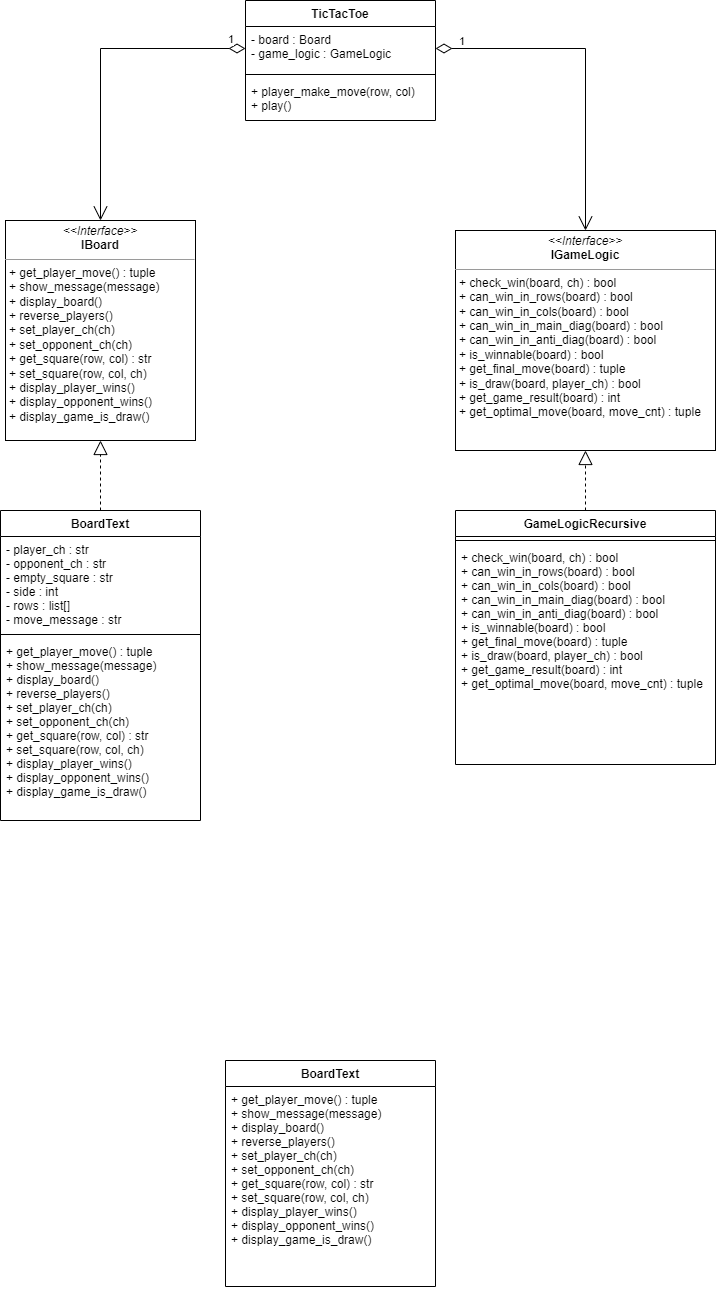
The draw.io diagram Doc/TicTacToe_Class_Diagram.png in dimitarnn/PythonTicTacToe, before a commit. Source tidied: cells renumbered, new cells last; positions are measured from the earlier drawing's top-left corner, leaving out a move shared by most shapes.
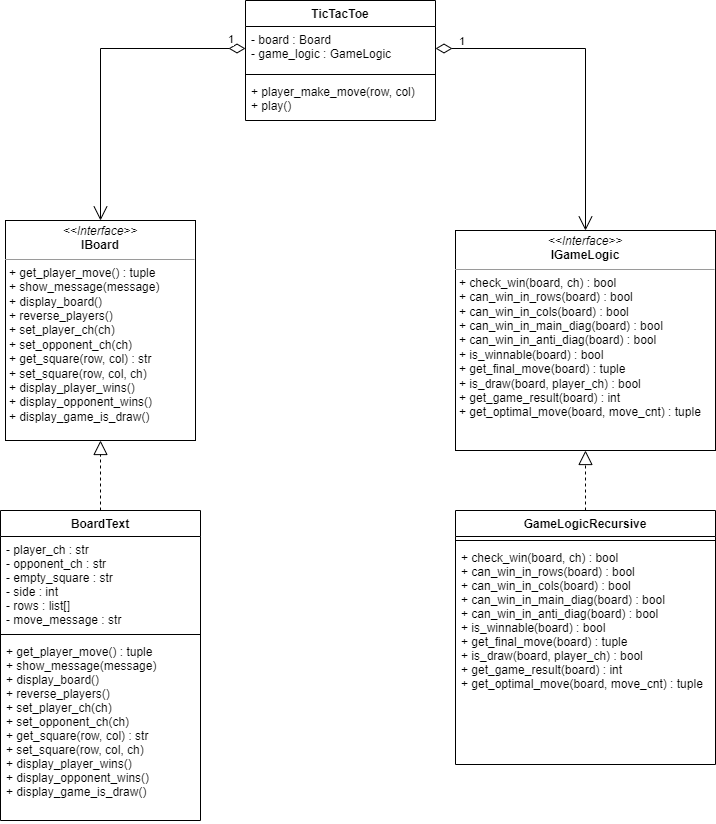
After the commit.

Diff of the diagram source:
```diff
@@ -2,12 +2,6 @@
   <root>
     <mxCell id="0" />
     <mxCell id="1" parent="0" />
-    <mxCell id="2" value="BoardText" style="swimlane;fontStyle=1;align=center;verticalAlign=top;horizontal=1;startSize=26;" parent="1" vertex="1">
-      <mxGeometry x="225" y="1060" width="210" height="226" as="geometry" />
-    </mxCell>
-    <mxCell id="3" value="+ get_player_move() : tuple&#10;+ show_message(message)&#10;+ display_board()&#10;+ reverse_players()&#10;+ set_player_ch(ch)&#10;+ set_opponent_ch(ch)&#10;+ get_square(row, col) : str&#10;+ set_square(row, col, ch)&#10;+ display_player_wins()&#10;+ display_opponent_wins()&#10;+ display_game_is_draw()" style="text;strokeColor=none;fillColor=none;align=left;verticalAlign=top;spacingLeft=4;spacingRight=4;overflow=hidden;" parent="2" vertex="1">
-      <mxGeometry y="26" width="210" height="200" as="geometry" />
-    </mxCell>
     <mxCell id="4" value="GameLogicRecursive" style="swimlane;fontStyle=1;align=center;verticalAlign=top;horizontal=1;startSize=26;" parent="1" vertex="1">
       <mxGeometry x="455" y="510" width="260" height="254" as="geometry" />
     </mxCell>
```
